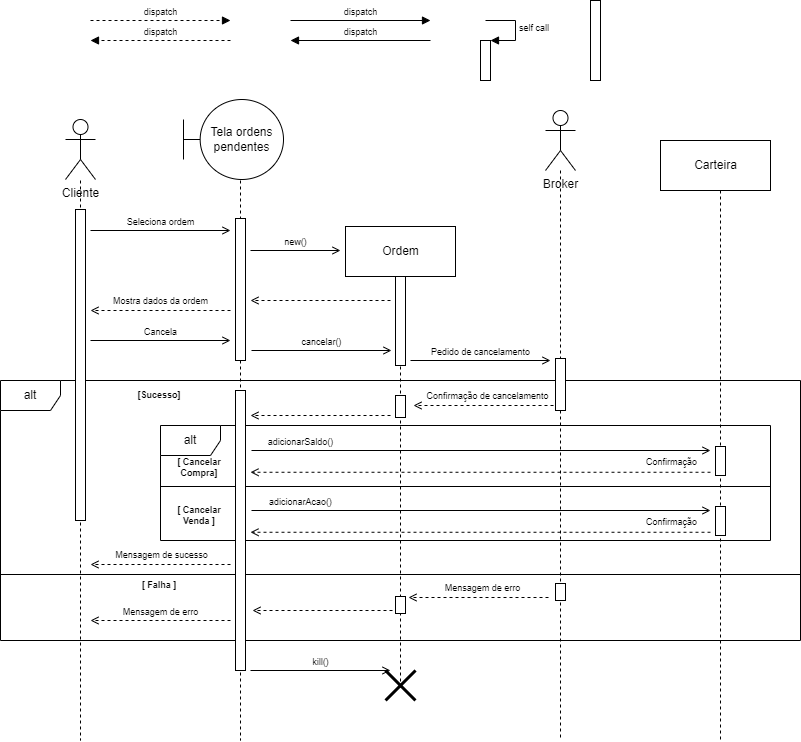
EijiDogen/FEI_MDSMarket keeps this draw.io diagram as MarketDiagramasDeSequencia/MarketSequencia04.drawio.png. Above is the earlier version. Source tidied: cells renumbered, new cells last; positions are measured from the earlier drawing's top-left corner, leaving out a move shared by most shapes. Source of this version:
```xml
<mxGraphModel>
  <root>
    <mxCell id="0" />
    <mxCell id="1" value="Frames" parent="0" />
    <mxCell id="2" value="alt" style="shape=umlFrame;whiteSpace=wrap;html=1;" parent="1" vertex="1">
      <mxGeometry y="380" width="800" height="260" as="geometry" />
    </mxCell>
    <mxCell id="3" value="[Sucesso]" style="text;html=1;strokeColor=none;fillColor=none;align=center;verticalAlign=middle;whiteSpace=wrap;rounded=0;fontSize=9;fontStyle=1;" parent="1" vertex="1">
      <mxGeometry x="100" y="380" width="118" height="30" as="geometry" />
    </mxCell>
    <mxCell id="4" style="line;strokeWidth=1;fillColor=none;align=left;verticalAlign=middle;spacingTop=-1;spacingLeft=3;spacingRight=3;labelPosition=right;" parent="1" vertex="1">
      <mxGeometry y="570" width="800" height="8" as="geometry" />
    </mxCell>
    <mxCell id="5" value="alt" style="shape=umlFrame;whiteSpace=wrap;html=1;" parent="1" vertex="1">
      <mxGeometry x="160" y="425" width="610" height="115" as="geometry" />
    </mxCell>
    <mxCell id="6" style="line;strokeWidth=1;fillColor=none;align=left;verticalAlign=middle;spacingTop=-1;spacingLeft=3;spacingRight=3;labelPosition=right;" parent="1" vertex="1">
      <mxGeometry x="160" y="482" width="610" height="8" as="geometry" />
    </mxCell>
    <mxCell id="7" style="html=1;verticalAlign=bottom;endArrow=open;rounded=0;fontSize=9;dashed=1;endFill=0;" parent="1" edge="1">
      <mxGeometry relative="1" as="geometry">
        <mxPoint x="710" y="471.8" as="sourcePoint" />
        <mxPoint x="250" y="471.8" as="targetPoint" />
      </mxGeometry>
    </mxCell>
    <mxCell id="8" value="Confirmação" style="edgeLabel;html=1;align=center;verticalAlign=middle;fontSize=9;" parent="7" vertex="1">
      <mxGeometry x="0.11" y="-1" relative="1" as="geometry">
        <mxPoint x="215" y="-9" as="offset" />
      </mxGeometry>
    </mxCell>
    <mxCell id="9" value="[ Falha ]" style="text;html=1;strokeColor=none;fillColor=none;align=center;verticalAlign=middle;whiteSpace=wrap;rounded=0;fontSize=9;fontStyle=1;" parent="1" vertex="1">
      <mxGeometry x="100" y="570" width="118" height="30" as="geometry" />
    </mxCell>
    <mxCell id="10" value="[ Cancelar&lt;br&gt;Compra]" style="text;html=1;strokeColor=none;fillColor=none;align=center;verticalAlign=middle;whiteSpace=wrap;rounded=0;fontSize=9;fontStyle=1;" parent="1" vertex="1">
      <mxGeometry x="140" y="452" width="118" height="30" as="geometry" />
    </mxCell>
    <mxCell id="11" value="[ Cancelar&lt;br&gt;Venda ]" style="text;html=1;strokeColor=none;fillColor=none;align=center;verticalAlign=middle;whiteSpace=wrap;rounded=0;fontSize=9;fontStyle=1;" parent="1" vertex="1">
      <mxGeometry x="140" y="500" width="118" height="30" as="geometry" />
    </mxCell>
    <mxCell id="12" value="Lifeline" parent="0" />
    <mxCell id="13" style="edgeStyle=orthogonalEdgeStyle;rounded=0;orthogonalLoop=1;jettySize=auto;html=1;dashed=1;endArrow=none;endFill=0;" parent="12" edge="1">
      <mxGeometry relative="1" as="geometry">
        <mxPoint x="80" y="180" as="sourcePoint" />
        <mxPoint x="80" y="740" as="targetPoint" />
        <Array as="points">
          <mxPoint x="80" y="740" />
        </Array>
      </mxGeometry>
    </mxCell>
    <mxCell id="14" style="edgeStyle=orthogonalEdgeStyle;rounded=0;orthogonalLoop=1;jettySize=auto;html=1;dashed=1;endArrow=none;endFill=0;" parent="12" edge="1">
      <mxGeometry relative="1" as="geometry">
        <mxPoint x="720" y="190" as="sourcePoint" />
        <mxPoint x="720" y="740" as="targetPoint" />
        <Array as="points">
          <mxPoint x="720" y="740" />
        </Array>
      </mxGeometry>
    </mxCell>
    <mxCell id="15" value="kill()" style="html=1;verticalAlign=bottom;endArrow=open;rounded=0;fontSize=9;endFill=0;" parent="12" edge="1">
      <mxGeometry relative="1" as="geometry">
        <mxPoint x="250" y="670" as="sourcePoint" />
        <mxPoint x="390" y="670" as="targetPoint" />
      </mxGeometry>
    </mxCell>
    <mxCell id="16" value="Broker" style="shape=umlActor;verticalLabelPosition=bottom;verticalAlign=top;html=1;" parent="12" vertex="1">
      <mxGeometry x="545" y="110" width="30" height="60" as="geometry" />
    </mxCell>
    <mxCell id="17" style="edgeStyle=orthogonalEdgeStyle;rounded=0;orthogonalLoop=1;jettySize=auto;html=1;dashed=1;endArrow=none;endFill=0;anchorPointDirection=1;" parent="12" edge="1">
      <mxGeometry relative="1" as="geometry">
        <mxPoint x="400" y="270" as="sourcePoint" />
        <mxPoint x="400" y="690" as="targetPoint" />
        <Array as="points">
          <mxPoint x="400" y="690" />
        </Array>
      </mxGeometry>
    </mxCell>
    <mxCell id="18" style="edgeStyle=orthogonalEdgeStyle;rounded=0;orthogonalLoop=1;jettySize=auto;html=1;dashed=1;endArrow=none;endFill=0;" parent="12" edge="1">
      <mxGeometry relative="1" as="geometry">
        <mxPoint x="560" y="170" as="sourcePoint" />
        <mxPoint x="560" y="740" as="targetPoint" />
        <Array as="points">
          <mxPoint x="560" y="740" />
        </Array>
      </mxGeometry>
    </mxCell>
    <mxCell id="19" value="Ordem" style="html=1;" parent="12" vertex="1">
      <mxGeometry x="345" y="226" width="110" height="50" as="geometry" />
    </mxCell>
    <mxCell id="20" value="Tela ordens pendentes" style="shape=umlBoundary;whiteSpace=wrap;html=1;" parent="12" vertex="1">
      <mxGeometry x="183" y="99" width="100" height="80" as="geometry" />
    </mxCell>
    <mxCell id="21" value="Cliente" style="shape=umlActor;verticalLabelPosition=bottom;verticalAlign=top;html=1;" parent="12" vertex="1">
      <mxGeometry x="65" y="119" width="30" height="60" as="geometry" />
    </mxCell>
    <mxCell id="22" style="edgeStyle=orthogonalEdgeStyle;rounded=0;orthogonalLoop=1;jettySize=auto;html=1;endArrow=none;endFill=0;dashed=1;" parent="12" edge="1">
      <mxGeometry relative="1" as="geometry">
        <mxPoint x="240" y="180" as="sourcePoint" />
        <mxPoint x="240" y="740" as="targetPoint" />
        <Array as="points">
          <mxPoint x="240" y="740" />
        </Array>
      </mxGeometry>
    </mxCell>
    <mxCell id="23" value="Carteira" style="html=1;" parent="12" vertex="1">
      <mxGeometry x="660" y="140" width="110" height="50" as="geometry" />
    </mxCell>
    <mxCell id="24" value="Active" parent="0" />
    <mxCell id="25" style="html=1;perimeter=orthogonalPerimeter;fontSize=9;" parent="24" vertex="1">
      <mxGeometry x="590" width="10" height="80" as="geometry" />
    </mxCell>
    <mxCell id="26" style="html=1;perimeter=orthogonalPerimeter;fontSize=9;" parent="24" vertex="1">
      <mxGeometry x="75" y="209" width="10" height="311" as="geometry" />
    </mxCell>
    <mxCell id="27" style="html=1;perimeter=orthogonalPerimeter;fontSize=9;" parent="24" vertex="1">
      <mxGeometry x="235" y="218" width="10" height="142" as="geometry" />
    </mxCell>
    <mxCell id="28" style="html=1;perimeter=orthogonalPerimeter;fontSize=9;" parent="24" vertex="1">
      <mxGeometry x="235" y="390" width="10" height="280" as="geometry" />
    </mxCell>
    <mxCell id="29" style="html=1;perimeter=orthogonalPerimeter;fontSize=9;" parent="24" vertex="1">
      <mxGeometry x="395" y="395" width="10" height="22" as="geometry" />
    </mxCell>
    <mxCell id="30" style="html=1;perimeter=orthogonalPerimeter;fontSize=9;" parent="24" vertex="1">
      <mxGeometry x="555" y="358" width="10" height="52" as="geometry" />
    </mxCell>
    <mxCell id="31" style="html=1;perimeter=orthogonalPerimeter;fontSize=9;" parent="24" vertex="1">
      <mxGeometry x="395" y="596" width="10" height="17" as="geometry" />
    </mxCell>
    <mxCell id="32" style="html=1;perimeter=orthogonalPerimeter;fontSize=9;" parent="24" vertex="1">
      <mxGeometry x="715" y="446" width="10" height="29" as="geometry" />
    </mxCell>
    <mxCell id="33" style="html=1;perimeter=orthogonalPerimeter;fontSize=9;" parent="24" vertex="1">
      <mxGeometry x="715" y="506" width="10" height="29" as="geometry" />
    </mxCell>
    <mxCell id="34" value="Messages" parent="0" />
    <mxCell id="35" value="Seleciona ordem" style="html=1;verticalAlign=bottom;endArrow=open;rounded=0;fontSize=9;endFill=0;" parent="34" edge="1">
      <mxGeometry relative="1" as="geometry">
        <mxPoint x="90" y="230" as="sourcePoint" />
        <mxPoint x="230" y="230" as="targetPoint" />
      </mxGeometry>
    </mxCell>
    <mxCell id="36" value="dispatch" style="html=1;verticalAlign=bottom;endArrow=block;rounded=0;fontSize=9;" parent="34" edge="1">
      <mxGeometry relative="1" as="geometry">
        <mxPoint x="290" y="20" as="sourcePoint" />
        <mxPoint x="430" y="20" as="targetPoint" />
      </mxGeometry>
    </mxCell>
    <mxCell id="37" value="dispatch" style="html=1;verticalAlign=bottom;endArrow=block;rounded=0;dashed=1;fontSize=9;" parent="34" edge="1">
      <mxGeometry relative="1" as="geometry">
        <mxPoint x="90" y="20" as="sourcePoint" />
        <mxPoint x="230" y="20" as="targetPoint" />
      </mxGeometry>
    </mxCell>
    <mxCell id="38" value="dispatch" style="html=1;verticalAlign=bottom;endArrow=block;rounded=0;fontSize=9;" parent="34" edge="1">
      <mxGeometry relative="1" as="geometry">
        <mxPoint x="430" y="40" as="sourcePoint" />
        <mxPoint x="290" y="40" as="targetPoint" />
      </mxGeometry>
    </mxCell>
    <mxCell id="39" value="dispatch" style="html=1;verticalAlign=bottom;endArrow=block;rounded=0;dashed=1;fontSize=9;" parent="34" edge="1">
      <mxGeometry relative="1" as="geometry">
        <mxPoint x="230" y="40" as="sourcePoint" />
        <mxPoint x="90" y="40" as="targetPoint" />
      </mxGeometry>
    </mxCell>
    <mxCell id="40" style="html=1;points=[];perimeter=orthogonalPerimeter;fontSize=9;" parent="34" vertex="1">
      <mxGeometry x="480" y="40" width="10" height="40" as="geometry" />
    </mxCell>
    <mxCell id="41" value="self call" style="edgeStyle=orthogonalEdgeStyle;html=1;align=left;spacingLeft=2;endArrow=block;rounded=0;entryX=1;entryY=0;fontSize=9;" parent="34" edge="1" target="40">
      <mxGeometry relative="1" as="geometry">
        <mxPoint x="485" y="20" as="sourcePoint" />
        <Array as="points">
          <mxPoint x="515" y="20" />
        </Array>
      </mxGeometry>
    </mxCell>
    <mxCell id="42" style="html=1;verticalAlign=bottom;endArrow=open;rounded=0;fontSize=9;dashed=1;endFill=0;" parent="34" edge="1">
      <mxGeometry relative="1" as="geometry">
        <mxPoint x="390" y="300" as="sourcePoint" />
        <mxPoint x="250" y="300" as="targetPoint" />
      </mxGeometry>
    </mxCell>
    <mxCell id="43" style="html=1;perimeter=orthogonalPerimeter;fontSize=9;" parent="34" vertex="1">
      <mxGeometry x="395" y="276" width="10" height="89" as="geometry" />
    </mxCell>
    <mxCell id="44" style="html=1;verticalAlign=bottom;endArrow=open;rounded=0;dashed=1;fontSize=9;endFill=0;" parent="34" edge="1">
      <mxGeometry relative="1" as="geometry">
        <mxPoint x="230" y="564" as="sourcePoint" />
        <mxPoint x="90" y="564" as="targetPoint" />
      </mxGeometry>
    </mxCell>
    <mxCell id="45" value="Mensagem de sucesso" style="edgeLabel;html=1;align=center;verticalAlign=middle;fontSize=9;" parent="44" vertex="1">
      <mxGeometry x="0.16" y="-3" relative="1" as="geometry">
        <mxPoint x="11" y="-7" as="offset" />
      </mxGeometry>
    </mxCell>
    <mxCell id="46" value="Cancela" style="html=1;verticalAlign=bottom;endArrow=open;rounded=0;fontSize=9;endFill=0;" parent="34" edge="1">
      <mxGeometry relative="1" as="geometry">
        <mxPoint x="90" y="340" as="sourcePoint" />
        <mxPoint x="230" y="340" as="targetPoint" />
      </mxGeometry>
    </mxCell>
    <mxCell id="47" value="Mensagem de erro" style="html=1;verticalAlign=bottom;endArrow=open;rounded=0;fontSize=9;dashed=1;endFill=0;" parent="34" edge="1">
      <mxGeometry relative="1" as="geometry">
        <mxPoint x="230" y="620" as="sourcePoint" />
        <mxPoint x="90" y="620" as="targetPoint" />
      </mxGeometry>
    </mxCell>
    <mxCell id="48" value="adicionarSaldo()" style="html=1;verticalAlign=bottom;endArrow=open;rounded=0;fontSize=9;endFill=0;" parent="34" edge="1">
      <mxGeometry x="-0.79" relative="1" as="geometry">
        <mxPoint x="251" y="450" as="sourcePoint" />
        <mxPoint x="710" y="450" as="targetPoint" />
      </mxGeometry>
    </mxCell>
    <mxCell id="49" style="shape=umlDestroy;whiteSpace=wrap;html=1;strokeWidth=3;fontSize=9;" parent="34" vertex="1">
      <mxGeometry x="385" y="670" width="30" height="30" as="geometry" />
    </mxCell>
    <mxCell id="50" style="html=1;verticalAlign=bottom;endArrow=open;rounded=0;fontSize=9;dashed=1;endFill=0;" parent="34" edge="1">
      <mxGeometry relative="1" as="geometry">
        <mxPoint x="230" y="310" as="sourcePoint" />
        <mxPoint x="90" y="310" as="targetPoint" />
      </mxGeometry>
    </mxCell>
    <mxCell id="51" value="Mostra dados da ordem" style="edgeLabel;html=1;align=center;verticalAlign=middle;fontSize=9;" parent="50" vertex="1">
      <mxGeometry x="0.45" y="3" relative="1" as="geometry">
        <mxPoint x="31" y="-13" as="offset" />
      </mxGeometry>
    </mxCell>
    <mxCell id="52" value="cancelar()" style="html=1;verticalAlign=bottom;endArrow=open;rounded=0;fontSize=9;endFill=0;" parent="34" edge="1">
      <mxGeometry relative="1" as="geometry">
        <mxPoint x="251" y="350" as="sourcePoint" />
        <mxPoint x="391" y="350" as="targetPoint" />
      </mxGeometry>
    </mxCell>
    <mxCell id="53" style="html=1;verticalAlign=bottom;endArrow=open;rounded=0;fontSize=9;dashed=1;endFill=0;" parent="34" edge="1">
      <mxGeometry relative="1" as="geometry">
        <mxPoint x="390" y="415" as="sourcePoint" />
        <mxPoint x="250" y="415" as="targetPoint" />
      </mxGeometry>
    </mxCell>
    <mxCell id="54" value="Pedido de cancelamento" style="html=1;verticalAlign=bottom;endArrow=open;rounded=0;fontSize=9;endFill=0;" parent="34" edge="1">
      <mxGeometry relative="1" as="geometry">
        <mxPoint x="410" y="360" as="sourcePoint" />
        <mxPoint x="550" y="360" as="targetPoint" />
      </mxGeometry>
    </mxCell>
    <mxCell id="55" style="html=1;verticalAlign=bottom;endArrow=open;rounded=0;fontSize=9;dashed=1;endFill=0;" parent="34" edge="1">
      <mxGeometry relative="1" as="geometry">
        <mxPoint x="553" y="405" as="sourcePoint" />
        <mxPoint x="413" y="405" as="targetPoint" />
      </mxGeometry>
    </mxCell>
    <mxCell id="56" value="Confirmação de cancelamento" style="edgeLabel;html=1;align=center;verticalAlign=middle;fontSize=9;" parent="55" vertex="1">
      <mxGeometry x="-0.21" y="-1" relative="1" as="geometry">
        <mxPoint x="-11" y="-8" as="offset" />
      </mxGeometry>
    </mxCell>
    <mxCell id="57" value="new()" style="html=1;verticalAlign=bottom;endArrow=open;rounded=0;fontSize=9;endFill=0;" parent="34" edge="1">
      <mxGeometry relative="1" as="geometry">
        <mxPoint x="250" y="250" as="sourcePoint" />
        <mxPoint x="340" y="250" as="targetPoint" />
      </mxGeometry>
    </mxCell>
    <mxCell id="58" style="html=1;verticalAlign=bottom;endArrow=open;rounded=0;fontSize=9;dashed=1;endFill=0;" parent="34" edge="1">
      <mxGeometry relative="1" as="geometry">
        <mxPoint x="710" y="531.8" as="sourcePoint" />
        <mxPoint x="250" y="531.8" as="targetPoint" />
      </mxGeometry>
    </mxCell>
    <mxCell id="59" value="Confirmação" style="edgeLabel;html=1;align=center;verticalAlign=middle;fontSize=9;" parent="58" vertex="1">
      <mxGeometry x="0.11" y="-1" relative="1" as="geometry">
        <mxPoint x="215" y="-9" as="offset" />
      </mxGeometry>
    </mxCell>
    <mxCell id="60" value="adicionarAcao()" style="html=1;verticalAlign=bottom;endArrow=open;rounded=0;fontSize=9;endFill=0;" parent="34" edge="1">
      <mxGeometry x="-0.79" relative="1" as="geometry">
        <mxPoint x="251" y="510" as="sourcePoint" />
        <mxPoint x="710" y="510" as="targetPoint" />
      </mxGeometry>
    </mxCell>
    <mxCell id="61" style="html=1;verticalAlign=bottom;endArrow=open;rounded=0;fontSize=9;dashed=1;endFill=0;" parent="34" edge="1">
      <mxGeometry relative="1" as="geometry">
        <mxPoint x="548" y="597" as="sourcePoint" />
        <mxPoint x="408" y="597" as="targetPoint" />
      </mxGeometry>
    </mxCell>
    <mxCell id="62" value="Mensagem de erro" style="edgeLabel;html=1;align=center;verticalAlign=middle;fontSize=9;" parent="61" vertex="1">
      <mxGeometry x="-0.21" y="-1" relative="1" as="geometry">
        <mxPoint x="-11" y="-8" as="offset" />
      </mxGeometry>
    </mxCell>
    <mxCell id="63" style="html=1;perimeter=orthogonalPerimeter;fontSize=9;" parent="34" vertex="1">
      <mxGeometry x="555" y="583" width="10" height="17" as="geometry" />
    </mxCell>
    <mxCell id="64" style="html=1;verticalAlign=bottom;endArrow=open;rounded=0;fontSize=9;dashed=1;endFill=0;" parent="34" edge="1">
      <mxGeometry relative="1" as="geometry">
        <mxPoint x="392" y="610" as="sourcePoint" />
        <mxPoint x="252" y="610" as="targetPoint" />
      </mxGeometry>
    </mxCell>
  </root>
</mxGraphModel>
```
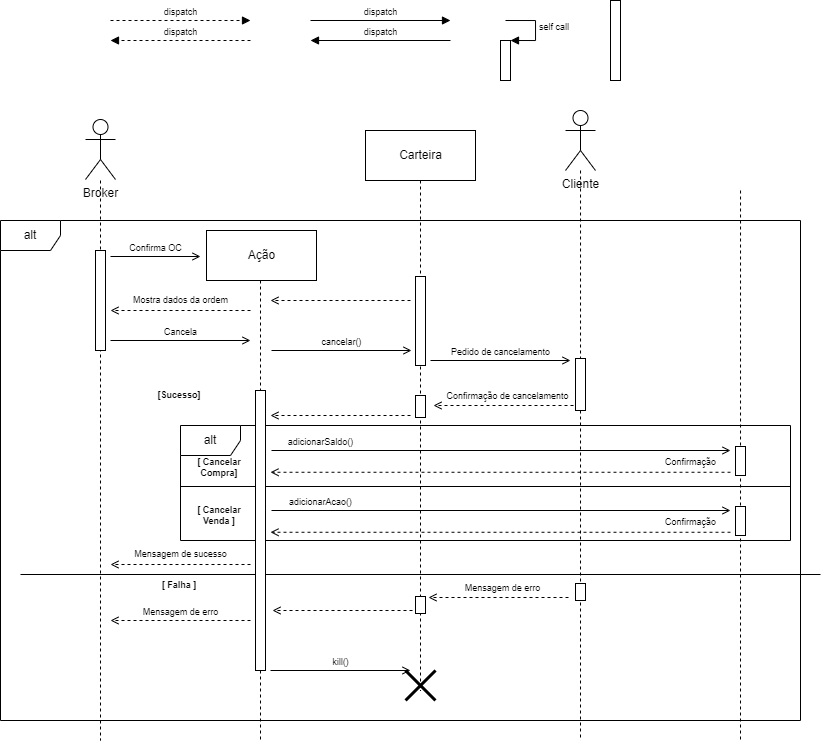
The same diagram one commit later.

The edit, as a diff of the source:
```diff
@@ -3,7 +3,7 @@
     <mxCell id="0" />
     <mxCell id="1" value="Frames" parent="0" />
     <mxCell id="2" value="alt" style="shape=umlFrame;whiteSpace=wrap;html=1;" parent="1" vertex="1">
-      <mxGeometry y="380" width="800" height="260" as="geometry" />
+      <mxGeometry x="-20" y="220" width="800" height="500" as="geometry" />
     </mxCell>
     <mxCell id="3" value="[Sucesso]" style="text;html=1;strokeColor=none;fillColor=none;align=center;verticalAlign=middle;whiteSpace=wrap;rounded=0;fontSize=9;fontStyle=1;" parent="1" vertex="1">
       <mxGeometry x="100" y="380" width="118" height="30" as="geometry" />
@@ -62,12 +62,12 @@
         <mxPoint x="390" y="670" as="targetPoint" />
       </mxGeometry>
     </mxCell>
-    <mxCell id="16" value="Broker" style="shape=umlActor;verticalLabelPosition=bottom;verticalAlign=top;html=1;" parent="12" vertex="1">
+    <mxCell id="16" value="Cliente" style="shape=umlActor;verticalLabelPosition=bottom;verticalAlign=top;html=1;" parent="12" vertex="1">
       <mxGeometry x="545" y="110" width="30" height="60" as="geometry" />
     </mxCell>
     <mxCell id="17" style="edgeStyle=orthogonalEdgeStyle;rounded=0;orthogonalLoop=1;jettySize=auto;html=1;dashed=1;endArrow=none;endFill=0;anchorPointDirection=1;" parent="12" edge="1">
       <mxGeometry relative="1" as="geometry">
-        <mxPoint x="400" y="270" as="sourcePoint" />
+        <mxPoint x="400" y="180" as="sourcePoint" />
         <mxPoint x="400" y="690" as="targetPoint" />
         <Array as="points">
           <mxPoint x="400" y="690" />
@@ -83,37 +83,31 @@
         </Array>
       </mxGeometry>
     </mxCell>
-    <mxCell id="19" value="Ordem" style="html=1;" parent="12" vertex="1">
-      <mxGeometry x="345" y="226" width="110" height="50" as="geometry" />
+    <mxCell id="19" value="Carteira" style="html=1;" parent="12" vertex="1">
+      <mxGeometry x="345" y="130" width="110" height="50" as="geometry" />
     </mxCell>
-    <mxCell id="20" value="Tela ordens pendentes" style="shape=umlBoundary;whiteSpace=wrap;html=1;" parent="12" vertex="1">
-      <mxGeometry x="183" y="99" width="100" height="80" as="geometry" />
-    </mxCell>
-    <mxCell id="21" value="Cliente" style="shape=umlActor;verticalLabelPosition=bottom;verticalAlign=top;html=1;" parent="12" vertex="1">
+    <mxCell id="21" value="Broker" style="shape=umlActor;verticalLabelPosition=bottom;verticalAlign=top;html=1;" parent="12" vertex="1">
       <mxGeometry x="65" y="119" width="30" height="60" as="geometry" />
     </mxCell>
     <mxCell id="22" style="edgeStyle=orthogonalEdgeStyle;rounded=0;orthogonalLoop=1;jettySize=auto;html=1;endArrow=none;endFill=0;dashed=1;" parent="12" edge="1">
       <mxGeometry relative="1" as="geometry">
-        <mxPoint x="240" y="180" as="sourcePoint" />
+        <mxPoint x="240" y="280" as="sourcePoint" />
         <mxPoint x="240" y="740" as="targetPoint" />
         <Array as="points">
           <mxPoint x="240" y="740" />
         </Array>
       </mxGeometry>
     </mxCell>
-    <mxCell id="23" value="Carteira" style="html=1;" parent="12" vertex="1">
-      <mxGeometry x="660" y="140" width="110" height="50" as="geometry" />
+    <mxCell id="23" value="Ação" style="html=1;" parent="12" vertex="1">
+      <mxGeometry x="186" y="230" width="110" height="50" as="geometry" />
     </mxCell>
     <mxCell id="24" value="Active" parent="0" />
     <mxCell id="25" style="html=1;perimeter=orthogonalPerimeter;fontSize=9;" parent="24" vertex="1">
       <mxGeometry x="590" width="10" height="80" as="geometry" />
     </mxCell>
     <mxCell id="26" style="html=1;perimeter=orthogonalPerimeter;fontSize=9;" parent="24" vertex="1">
-      <mxGeometry x="75" y="209" width="10" height="311" as="geometry" />
+      <mxGeometry x="75" y="250" width="10" height="100" as="geometry" />
     </mxCell>
-    <mxCell id="27" style="html=1;perimeter=orthogonalPerimeter;fontSize=9;" parent="24" vertex="1">
-      <mxGeometry x="235" y="218" width="10" height="142" as="geometry" />
-    </mxCell>
     <mxCell id="28" style="html=1;perimeter=orthogonalPerimeter;fontSize=9;" parent="24" vertex="1">
       <mxGeometry x="235" y="390" width="10" height="280" as="geometry" />
     </mxCell>
@@ -133,10 +127,10 @@
       <mxGeometry x="715" y="506" width="10" height="29" as="geometry" />
     </mxCell>
     <mxCell id="34" value="Messages" parent="0" />
-    <mxCell id="35" value="Seleciona ordem" style="html=1;verticalAlign=bottom;endArrow=open;rounded=0;fontSize=9;endFill=0;" parent="34" edge="1">
+    <mxCell id="35" value="Confirma OC" style="html=1;verticalAlign=bottom;endArrow=open;rounded=0;fontSize=9;endFill=0;" parent="34" edge="1">
       <mxGeometry relative="1" as="geometry">
-        <mxPoint x="90" y="230" as="sourcePoint" />
-        <mxPoint x="230" y="230" as="targetPoint" />
+        <mxPoint x="90" y="256" as="sourcePoint" />
+        <mxPoint x="180" y="256" as="targetPoint" />
       </mxGeometry>
     </mxCell>
     <mxCell id="36" value="dispatch" style="html=1;verticalAlign=bottom;endArrow=block;rounded=0;fontSize=9;" parent="34" edge="1">
@@ -255,12 +249,6 @@
         <mxPoint x="-11" y="-8" as="offset" />
       </mxGeometry>
     </mxCell>
-    <mxCell id="57" value="new()" style="html=1;verticalAlign=bottom;endArrow=open;rounded=0;fontSize=9;endFill=0;" parent="34" edge="1">
-      <mxGeometry relative="1" as="geometry">
-        <mxPoint x="250" y="250" as="sourcePoint" />
-        <mxPoint x="340" y="250" as="targetPoint" />
-      </mxGeometry>
-    </mxCell>
     <mxCell id="58" style="html=1;verticalAlign=bottom;endArrow=open;rounded=0;fontSize=9;dashed=1;endFill=0;" parent="34" edge="1">
       <mxGeometry relative="1" as="geometry">
         <mxPoint x="710" y="531.8" as="sourcePoint" />
```
